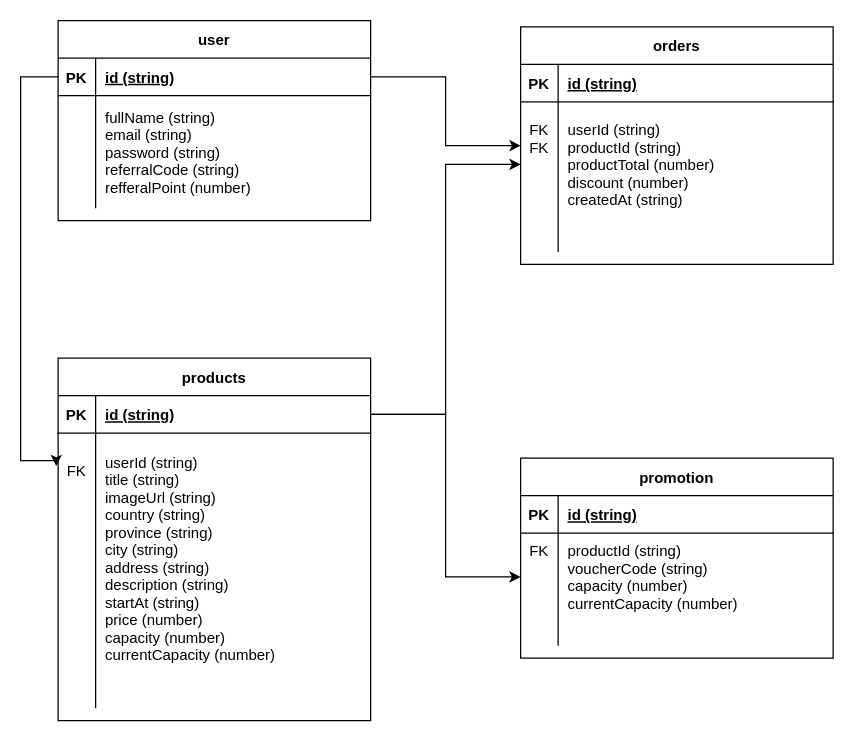
Above: src/utils/erd.drawio in panjiarlins/events-tickets-marketplace (draw.io), before the change. Source tidied: cells renumbered, new cells numbered last; positions are measured from the earlier drawing's top-left corner, leaving out a move shared by most shapes. Both pictures are drawn from the tidied source at 125%, with x=0, y=0 at pixel (20, 20).
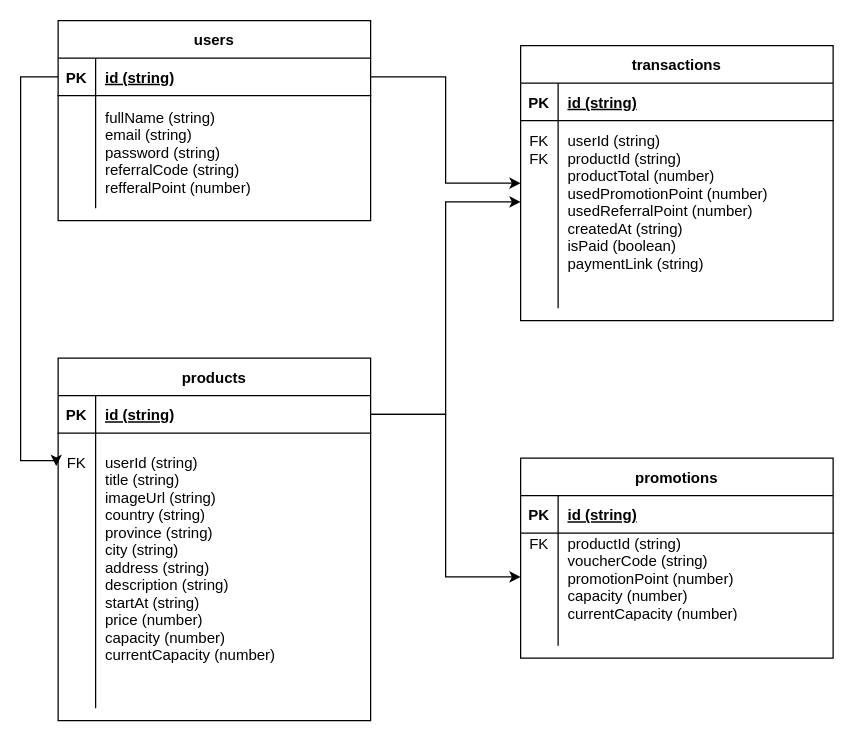
After the change.

The change refers to these unchanged cells:
```xml
<mxCell id="16" style="shape=partialRectangle;fillColor=none;points=[[0,0.5],[1,0.5]];portConstraint=eastwest;top=0;left=0;right=0;bottom=0;" parent="12" vertex="1">
  <mxGeometry y="60" width="250" height="200" as="geometry" />
</mxCell>
<mxCell id="36" style="shape=partialRectangle;fillColor=none;points=[[0,0.5],[1,0.5]];portConstraint=eastwest;top=0;left=0;right=0;bottom=0;" parent="32" vertex="1">
  <mxGeometry y="60" width="250" height="70" as="geometry" />
</mxCell>
```

The edit, as a diff of the source:
```diff
@@
-    <mxCell id="2" value="orders" style="shape=table;startSize=30;childLayout=tableLayout;rowLines=0;fontStyle=1;align=center;" parent="1" vertex="1">
-      <mxGeometry x="400" y="5" width="250" height="190" as="geometry" />
+    <mxCell id="2" value="transactions" style="shape=table;startSize=30;childLayout=tableLayout;rowLines=0;fontStyle=1;align=center;" parent="1" vertex="1">
+      <mxGeometry x="400" y="20" width="250" height="220" as="geometry" />
     </mxCell>
@@
     <mxCell id="6" style="shape=partialRectangle;fillColor=none;points=[[0,0.5],[1,0.5]];portConstraint=eastwest;top=0;left=0;right=0;bottom=0;" parent="2" vertex="1">
-      <mxGeometry y="60" width="250" height="100" as="geometry" />
+      <mxGeometry y="60" width="250" height="130" as="geometry" />
     </mxCell>
-    <mxCell id="7" value="FK&#10;FK&#10;&#10;&#10;" style="shape=partialRectangle;overflow=hidden;fillColor=none;top=0;left=0;bottom=0;right=0;" parent="6" vertex="1">
-      <mxGeometry width="30" height="100" as="geometry" />
+    <mxCell id="7" value="FK&#10;FK&#10;&#10;&#10;&#10;&#10;&#10;" style="shape=partialRectangle;overflow=hidden;fillColor=none;top=0;left=0;bottom=0;right=0;" parent="6" vertex="1">
+      <mxGeometry width="30" height="130" as="geometry" />
     </mxCell>
-    <mxCell id="8" value="userId (string)&#10;productId (string)&#10;productTotal (number)&#10;discount (number)&#10;createdAt (string)" style="shape=partialRectangle;overflow=hidden;fillColor=none;top=0;left=0;bottom=0;right=0;align=left;spacingLeft=6;" parent="6" vertex="1">
-      <mxGeometry x="30" width="220" height="100" as="geometry" />
+    <mxCell id="8" value="userId (string)&#10;productId (string)&#10;productTotal (number)&#10;usedPromotionPoint (number)&#10;usedReferralPoint (number)&#10;createdAt (string)&#10;isPaid (boolean)&#10;paymentLink (string)" style="shape=partialRectangle;overflow=hidden;fillColor=none;top=0;left=0;bottom=0;right=0;align=left;spacingLeft=6;" parent="6" vertex="1">
+      <mxGeometry x="30" width="220" height="130" as="geometry" />
     </mxCell>
     <mxCell id="9" style="shape=partialRectangle;fillColor=none;top=0;left=0;right=0;bottom=0;" parent="2" vertex="1">
-      <mxGeometry y="160" width="250" height="20" as="geometry" />
+      <mxGeometry y="190" width="250" height="20" as="geometry" />
     </mxCell>
@@
-    <mxCell id="17" value="FK&#10;&#10;&#10;&#10;&#10;&#10;&#10;&#10;&#10;&#10;" style="shape=partialRectangle;overflow=hidden;fillColor=none;top=0;left=0;bottom=0;right=0;" parent="16" vertex="1">
+    <mxCell id="17" value="FK&#10;&#10;&#10;&#10;&#10;&#10;&#10;&#10;&#10;&#10;&#10;" style="shape=partialRectangle;overflow=hidden;fillColor=none;top=0;left=0;bottom=0;right=0;" parent="16" vertex="1">
       <mxGeometry width="30" height="200" as="geometry" />
     </mxCell>
@@
-    <mxCell id="22" value="user" style="shape=table;startSize=30;childLayout=tableLayout;rowLines=0;fontStyle=1;align=center;" parent="1" vertex="1">
+    <mxCell id="22" value="users" style="shape=table;startSize=30;childLayout=tableLayout;rowLines=0;fontStyle=1;align=center;" parent="1" vertex="1">
       <mxGeometry x="30" width="250" height="160" as="geometry" />
     </mxCell>
@@
-    <mxCell id="32" value="promotion" style="shape=table;startSize=30;childLayout=tableLayout;rowLines=0;fontStyle=1;align=center;" parent="1" vertex="1">
+    <mxCell id="32" value="promotions" style="shape=table;startSize=30;childLayout=tableLayout;rowLines=0;fontStyle=1;align=center;" parent="1" vertex="1">
       <mxGeometry x="400" y="350" width="250" height="160" as="geometry" />
     </mxCell>
@@
-    <mxCell id="37" value="FK&#10;&#10;&#10;" style="shape=partialRectangle;overflow=hidden;fillColor=none;top=0;left=0;bottom=0;right=0;" parent="36" vertex="1">
+    <mxCell id="37" value="FK&#10;&#10;&#10;&#10;" style="shape=partialRectangle;overflow=hidden;fillColor=none;top=0;left=0;bottom=0;right=0;" parent="36" vertex="1">
       <mxGeometry width="30" height="70" as="geometry" />
     </mxCell>
-    <mxCell id="38" value="productId (string)&#10;voucherCode (string)&#10;capacity (number)&#10;currentCapacity (number)" style="shape=partialRectangle;overflow=hidden;fillColor=none;top=0;left=0;bottom=0;right=0;align=left;spacingLeft=6;" parent="36" vertex="1">
+    <mxCell id="38" value="productId (string)&#10;voucherCode (string)&#10;promotionPoint (number)&#10;capacity (number)&#10;currentCapacity (number)" style="shape=partialRectangle;overflow=hidden;fillColor=none;top=0;left=0;bottom=0;right=0;align=left;spacingLeft=6;" parent="36" vertex="1">
       <mxGeometry x="30" width="220" height="70" as="geometry" />
     </mxCell>
```
